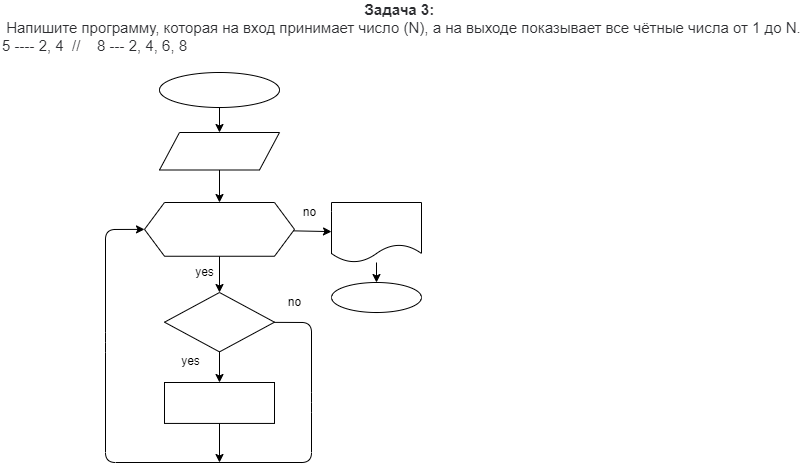
nagovitsin-kgs/CSharpCourse keeps this draw.io diagram as Homework01/Task03/03diagram.drawio.png. Above is the earlier version. Source tidied: cells renumbered, new cells last; positions are measured from the earlier drawing's top-left corner, leaving out a move shared by most shapes.
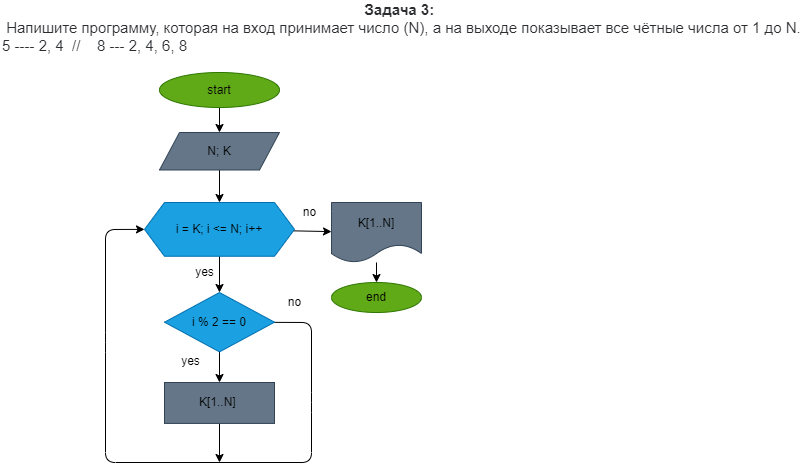
The same diagram one commit later.

Commit message:
CSarpCourse_commi03

The edit, as a diff of the source:
```diff
@@ -5,33 +5,33 @@
     <mxCell id="2" value="&lt;p style=&quot;text-align: center ; box-sizing: border-box ; margin: 0px ; color: rgb(44 , 45 , 48) ; font-family: &amp;#34;roboto&amp;#34; , &amp;#34;san francisco&amp;#34; , &amp;#34;helvetica neue&amp;#34; , &amp;#34;helvetica&amp;#34; , &amp;#34;arial&amp;#34; ; font-size: 15px ; background-color: rgb(255 , 255 , 255)&quot;&gt;&lt;span style=&quot;box-sizing: border-box ; font-weight: 700&quot;&gt;Задача 3:&lt;/span&gt;&amp;nbsp;&lt;/p&gt;&lt;p style=&quot;box-sizing: border-box ; margin: 0px ; color: rgb(44 , 45 , 48) ; font-family: &amp;#34;roboto&amp;#34; , &amp;#34;san francisco&amp;#34; , &amp;#34;helvetica neue&amp;#34; , &amp;#34;helvetica&amp;#34; , &amp;#34;arial&amp;#34; ; font-size: 15px ; background-color: rgb(255 , 255 , 255)&quot;&gt;&amp;nbsp;Напишите программу, которая на вход принимает число (N), а на выходе показывает все чётные числа от 1 до N.&lt;/p&gt;&lt;p style=&quot;box-sizing: border-box ; margin: 0px ; color: rgb(44 , 45 , 48) ; font-family: &amp;#34;roboto&amp;#34; , &amp;#34;san francisco&amp;#34; , &amp;#34;helvetica neue&amp;#34; , &amp;#34;helvetica&amp;#34; , &amp;#34;arial&amp;#34; ; font-size: 15px ; background-color: rgb(255 , 255 , 255)&quot;&gt;5 ---- 2, 4&amp;nbsp; //&amp;nbsp; &amp;nbsp;&amp;nbsp;8 --- 2, 4, 6, 8&lt;/p&gt;" style="text;html=1;align=left;verticalAlign=middle;fillColor=none;strokeColor=none;rounded=0;" parent="1" vertex="1">
       <mxGeometry width="810" height="50" as="geometry" />
     </mxCell>
-    <mxCell id="3" style="edgeStyle=none;html=1;fontColor=#FFFFFF;" parent="1" edge="1" target="6">
+    <mxCell id="3" style="edgeStyle=none;html=1;fontColor=#000000;" parent="1" edge="1" target="6">
       <mxGeometry relative="1" as="geometry">
         <mxPoint x="219" y="105" as="sourcePoint" />
       </mxGeometry>
     </mxCell>
-    <mxCell id="4" value="start" style="ellipse;whiteSpace=wrap;html=1;labelBackgroundColor=none;labelBorderColor=none;fontColor=#FFFFFF;" parent="1" vertex="1">
+    <mxCell id="4" value="start" style="ellipse;whiteSpace=wrap;html=1;labelBackgroundColor=none;labelBorderColor=none;fillColor=#60a917;fontColor=#000000;strokeColor=#2D7600;" parent="1" vertex="1">
       <mxGeometry x="159" y="70" width="120" height="35" as="geometry" />
     </mxCell>
-    <mxCell id="5" style="edgeStyle=none;html=1;" parent="1" edge="1" source="6" target="9">
+    <mxCell id="5" style="edgeStyle=none;html=1;fontColor=#000000;" parent="1" edge="1" source="6" target="9">
       <mxGeometry relative="1" as="geometry" />
     </mxCell>
-    <mxCell id="6" value="N; K" style="shape=parallelogram;perimeter=parallelogramPerimeter;whiteSpace=wrap;html=1;fixedSize=1;fontColor=#FFFFFF;labelBackgroundColor=none;labelBorderColor=none;" parent="1" vertex="1">
+    <mxCell id="6" value="N; K" style="shape=parallelogram;perimeter=parallelogramPerimeter;whiteSpace=wrap;html=1;fixedSize=1;labelBackgroundColor=none;labelBorderColor=none;fillColor=#647687;fontColor=#000000;strokeColor=#314354;" parent="1" vertex="1">
       <mxGeometry x="159" y="130" width="120" height="37.5" as="geometry" />
     </mxCell>
-    <mxCell id="7" style="edgeStyle=none;html=1;" parent="1" edge="1" source="9" target="12">
+    <mxCell id="7" style="edgeStyle=none;html=1;fontColor=#000000;" parent="1" edge="1" source="9" target="12">
       <mxGeometry relative="1" as="geometry" />
     </mxCell>
-    <mxCell id="8" style="edgeStyle=none;html=1;" parent="1" edge="1" source="9" target="20">
+    <mxCell id="8" style="edgeStyle=none;html=1;fontColor=#000000;" parent="1" edge="1" source="9" target="20">
       <mxGeometry relative="1" as="geometry" />
     </mxCell>
-    <mxCell id="9" value="i = K; i &amp;lt;= N; i++" style="shape=hexagon;perimeter=hexagonPerimeter2;whiteSpace=wrap;html=1;fixedSize=1;fontColor=#FFFFFF;labelBackgroundColor=none;labelBorderColor=none;" parent="1" vertex="1">
+    <mxCell id="9" value="i = K; i &amp;lt;= N; i++" style="shape=hexagon;perimeter=hexagonPerimeter2;whiteSpace=wrap;html=1;fixedSize=1;fontColor=#000000;labelBackgroundColor=none;labelBorderColor=none;fillColor=#1ba1e2;strokeColor=#006EAF;" parent="1" vertex="1">
       <mxGeometry x="144" y="200" width="150" height="53.8" as="geometry" />
     </mxCell>
-    <mxCell id="10" style="edgeStyle=none;html=1;" parent="1" edge="1" source="12" target="18">
+    <mxCell id="10" style="edgeStyle=none;html=1;fontColor=#000000;" parent="1" edge="1" source="12" target="18">
       <mxGeometry relative="1" as="geometry" />
     </mxCell>
-    <mxCell id="11" style="edgeStyle=none;html=1;entryX=0;entryY=0.5;entryDx=0;entryDy=0;" parent="1" edge="1" source="12" target="9">
+    <mxCell id="11" style="edgeStyle=none;html=1;entryX=0;entryY=0.5;entryDx=0;entryDy=0;fontColor=#000000;" parent="1" edge="1" source="12" target="9">
       <mxGeometry relative="1" as="geometry">
         <Array as="points">
           <mxPoint x="311" y="320" />
@@ -43,36 +43,36 @@
         </Array>
       </mxGeometry>
     </mxCell>
-    <mxCell id="12" value="i % 2 == 0" style="rhombus;whiteSpace=wrap;html=1;fontColor=#FFFFFF;labelBackgroundColor=none;labelBorderColor=none;" parent="1" vertex="1">
+    <mxCell id="12" value="i % 2 == 0" style="rhombus;whiteSpace=wrap;html=1;fontColor=#000000;labelBackgroundColor=none;labelBorderColor=none;fillColor=#1ba1e2;strokeColor=#006EAF;" parent="1" vertex="1">
       <mxGeometry x="164" y="290" width="110" height="59.4" as="geometry" />
     </mxCell>
-    <mxCell id="13" value="yes" style="text;html=1;align=center;verticalAlign=middle;fillColor=none;strokeColor=none;rounded=0;" parent="1" vertex="1">
+    <mxCell id="13" value="yes" style="text;html=1;align=center;verticalAlign=middle;fillColor=none;strokeColor=none;rounded=0;fontColor=#000000;" parent="1" vertex="1">
       <mxGeometry x="189" y="260" width="30" height="20" as="geometry" />
     </mxCell>
-    <mxCell id="14" value="no" style="text;html=1;align=center;verticalAlign=middle;fillColor=none;strokeColor=none;rounded=0;" parent="1" vertex="1">
+    <mxCell id="14" value="no" style="text;html=1;align=center;verticalAlign=middle;fillColor=none;strokeColor=none;rounded=0;fontColor=#000000;" parent="1" vertex="1">
       <mxGeometry x="294" y="200" width="30" height="20" as="geometry" />
     </mxCell>
-    <mxCell id="15" value="no" style="text;html=1;align=center;verticalAlign=middle;fillColor=none;strokeColor=none;rounded=0;" parent="1" vertex="1">
+    <mxCell id="15" value="no" style="text;html=1;align=center;verticalAlign=middle;fillColor=none;strokeColor=none;rounded=0;fontColor=#000000;" parent="1" vertex="1">
       <mxGeometry x="279" y="290" width="30" height="20" as="geometry" />
     </mxCell>
-    <mxCell id="16" value="yes" style="text;html=1;align=center;verticalAlign=middle;fillColor=none;strokeColor=none;rounded=0;" parent="1" vertex="1">
+    <mxCell id="16" value="yes" style="text;html=1;align=center;verticalAlign=middle;fillColor=none;strokeColor=none;rounded=0;fontColor=#000000;" parent="1" vertex="1">
       <mxGeometry x="175" y="349.4" width="30" height="20" as="geometry" />
     </mxCell>
-    <mxCell id="17" style="edgeStyle=none;html=1;" parent="1" edge="1" source="18">
+    <mxCell id="17" style="edgeStyle=none;html=1;fontColor=#000000;" parent="1" edge="1" source="18">
       <mxGeometry relative="1" as="geometry">
         <mxPoint x="219" y="460" as="targetPoint" />
       </mxGeometry>
     </mxCell>
-    <mxCell id="18" value="K[1..N]&amp;nbsp;" style="whiteSpace=wrap;html=1;fontColor=#FFFFFF;labelBackgroundColor=none;labelBorderColor=none;" parent="1" vertex="1">
+    <mxCell id="18" value="K[1..N]&amp;nbsp;" style="whiteSpace=wrap;html=1;fontColor=#000000;labelBackgroundColor=none;labelBorderColor=none;fillColor=#647687;strokeColor=#314354;" parent="1" vertex="1">
       <mxGeometry x="164" y="380" width="110" height="40.9" as="geometry" />
     </mxCell>
-    <mxCell id="19" style="edgeStyle=none;html=1;" parent="1" edge="1" source="20" target="21">
+    <mxCell id="19" style="edgeStyle=none;html=1;fontColor=#000000;" parent="1" edge="1" source="20" target="21">
       <mxGeometry relative="1" as="geometry" />
     </mxCell>
-    <mxCell id="20" value="K[1..N]" style="shape=document;whiteSpace=wrap;html=1;boundedLbl=1;fontColor=#FFFFFF;labelBackgroundColor=none;labelBorderColor=none;" parent="1" vertex="1">
+    <mxCell id="20" value="K[1..N]" style="shape=document;whiteSpace=wrap;html=1;boundedLbl=1;fontColor=#000000;labelBackgroundColor=none;labelBorderColor=none;fillColor=#647687;strokeColor=#314354;" parent="1" vertex="1">
       <mxGeometry x="331" y="200" width="90" height="60" as="geometry" />
     </mxCell>
-    <mxCell id="21" value="end" style="ellipse;whiteSpace=wrap;html=1;fontColor=#FFFFFF;labelBackgroundColor=none;labelBorderColor=none;" parent="1" vertex="1">
+    <mxCell id="21" value="end" style="ellipse;whiteSpace=wrap;html=1;fontColor=#000000;labelBackgroundColor=none;labelBorderColor=none;fillColor=#60a917;strokeColor=#2D7600;" parent="1" vertex="1">
       <mxGeometry x="331" y="280" width="90" height="30" as="geometry" />
     </mxCell>
   </root>
```
